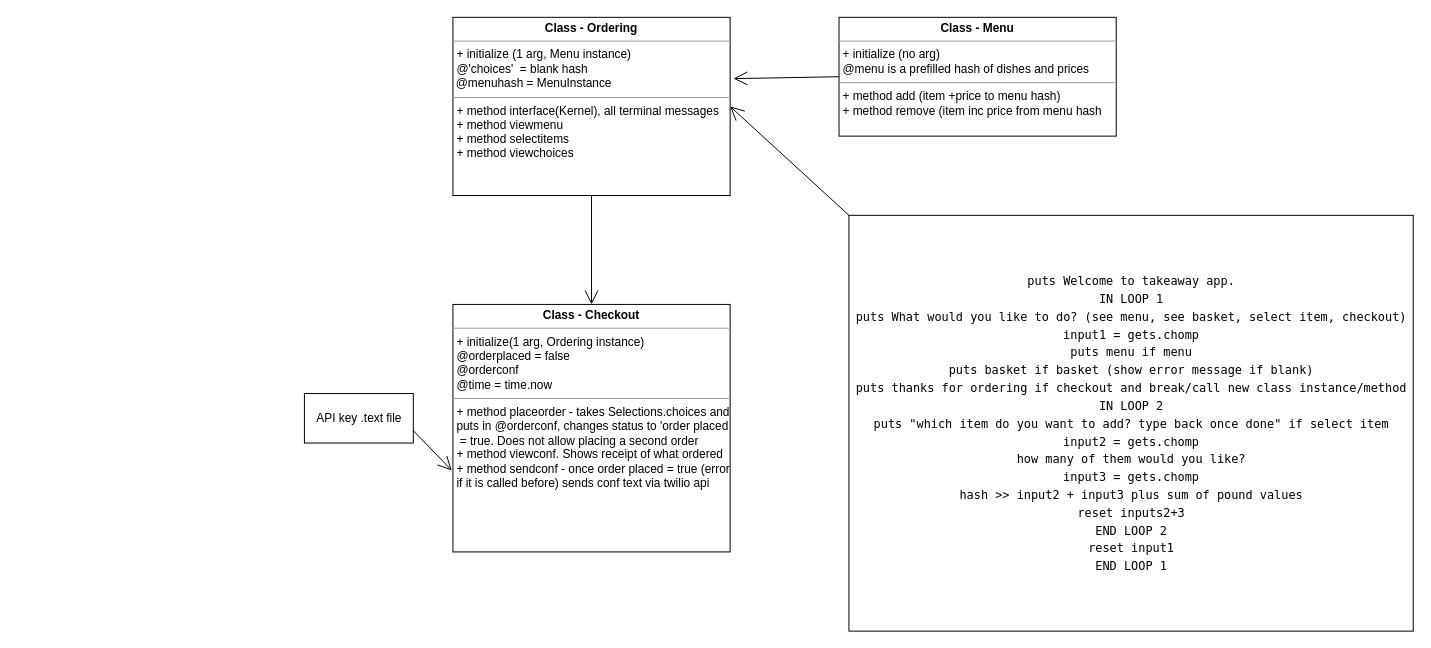
The draw.io diagram SoloMenu/SoloProject1.drawio in robin277t/week2, before the edit. Source tidied: cells renumbered, new cells numbered last; positions are measured from the earlier drawing's top-left corner, leaving out a move shared by most shapes. Both pictures are drawn from the tidied source at 99%, with x=0, y=0 at pixel (304, 17).
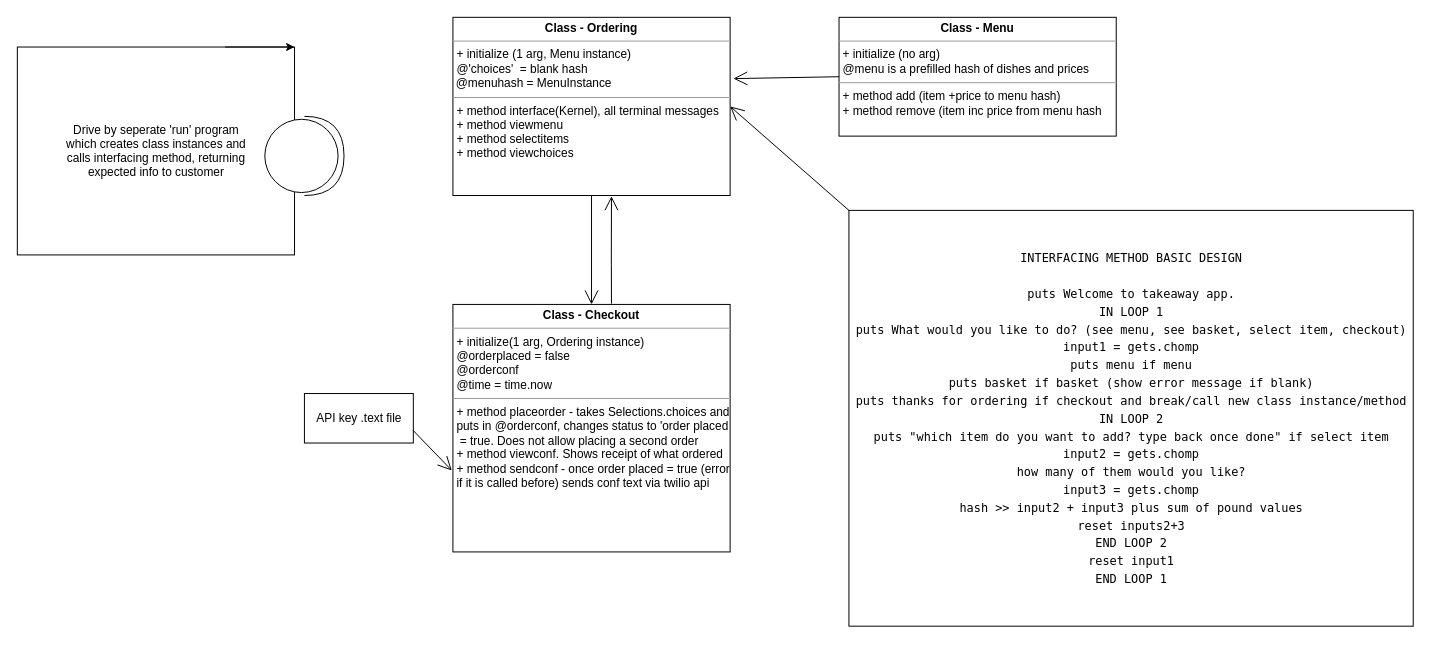
After the change.

Commit message (it also covers changes not shown here):
nearly finished takeaway project

Diff of the diagram source:
```diff
@@
 <mxGraphModel>
   <root>
     <mxCell id="0" />
     <mxCell id="1" parent="0" />
     <mxCell id="2" value="&lt;p style=&quot;margin: 0px ; margin-top: 4px ; text-align: center&quot;&gt;&lt;b&gt;Class - Menu&lt;/b&gt;&lt;/p&gt;&lt;hr size=&quot;1&quot;&gt;&lt;p style=&quot;margin: 0px ; margin-left: 4px&quot;&gt;+ initialize (no arg)&lt;/p&gt;&lt;p style=&quot;margin: 0px ; margin-left: 4px&quot;&gt;@menu is a prefilled hash of dishes and prices&lt;/p&gt;&lt;hr size=&quot;1&quot;&gt;&lt;p style=&quot;margin: 0px ; margin-left: 4px&quot;&gt;+ method add (item +price to menu hash)&lt;/p&gt;&lt;p style=&quot;margin: 0px ; margin-left: 4px&quot;&gt;+ method remove (item inc price from menu hash&lt;/p&gt;" style="verticalAlign=top;align=left;overflow=fill;fontSize=12;fontFamily=Helvetica;html=1;" parent="1" vertex="1">
       <mxGeometry x="540" width="280" height="120" as="geometry" />
     </mxCell>
     <mxCell id="3" value="&lt;p style=&quot;margin: 0px ; margin-top: 4px ; text-align: center&quot;&gt;&lt;b&gt;Class - Checkout&lt;/b&gt;&lt;/p&gt;&lt;hr size=&quot;1&quot;&gt;&lt;p style=&quot;margin: 0px ; margin-left: 4px&quot;&gt;+ initialize(1 arg, Ordering instance)&lt;/p&gt;&lt;p style=&quot;margin: 0px ; margin-left: 4px&quot;&gt;@orderplaced = false&lt;/p&gt;&lt;p style=&quot;margin: 0px ; margin-left: 4px&quot;&gt;@orderconf&lt;/p&gt;&lt;p style=&quot;margin: 0px ; margin-left: 4px&quot;&gt;@time = time.now&lt;/p&gt;&lt;hr size=&quot;1&quot;&gt;&lt;p style=&quot;margin: 0px ; margin-left: 4px&quot;&gt;+ method placeorder - takes Selections.choices and&amp;nbsp;&lt;/p&gt;&lt;p style=&quot;margin: 0px ; margin-left: 4px&quot;&gt;puts in @orderconf, changes status to 'order placed&lt;/p&gt;&lt;p style=&quot;margin: 0px ; margin-left: 4px&quot;&gt;&amp;nbsp;= true. Does not&amp;nbsp;&lt;span&gt;allow placing a second order&lt;/span&gt;&lt;/p&gt;&lt;p style=&quot;margin: 0px ; margin-left: 4px&quot;&gt;+ method viewconf. Shows receipt of what ordered&lt;/p&gt;&lt;p style=&quot;margin: 0px ; margin-left: 4px&quot;&gt;&lt;span&gt;+ method sendconf - once order placed = true (error&lt;/span&gt;&lt;br&gt;&lt;/p&gt;&lt;p style=&quot;margin: 0px ; margin-left: 4px&quot;&gt;if it is called before) sends conf text via twilio api&lt;/p&gt;&lt;p style=&quot;margin: 0px ; margin-left: 4px&quot;&gt;&lt;br&gt;&lt;/p&gt;" style="verticalAlign=top;align=left;overflow=fill;fontSize=12;fontFamily=Helvetica;html=1;" parent="1" vertex="1">
       <mxGeometry x="150" y="290" width="280" height="250" as="geometry" />
     </mxCell>
     <mxCell id="4" value="&lt;p style=&quot;margin: 0px ; margin-top: 4px ; text-align: center&quot;&gt;&lt;b&gt;Class - Ordering&lt;/b&gt;&lt;/p&gt;&lt;hr size=&quot;1&quot;&gt;&lt;p style=&quot;margin: 0px ; margin-left: 4px&quot;&gt;+ initialize (1 arg, Menu instance)&lt;/p&gt;&lt;p style=&quot;margin: 0px ; margin-left: 4px&quot;&gt;@'choices'&amp;nbsp; = blank hash&lt;/p&gt;&amp;nbsp;&lt;span&gt;@menuhash = MenuInstance&lt;/span&gt;&lt;br&gt;&lt;hr size=&quot;1&quot;&gt;&lt;p style=&quot;margin: 0px ; margin-left: 4px&quot;&gt;+ method interface(Kernel), all terminal messages&lt;/p&gt;&lt;p style=&quot;margin: 0px ; margin-left: 4px&quot;&gt;+ method viewmenu&lt;/p&gt;&lt;p style=&quot;margin: 0px ; margin-left: 4px&quot;&gt;+ method selectitems&lt;/p&gt;&lt;p style=&quot;margin: 0px ; margin-left: 4px&quot;&gt;+ method viewchoices&lt;/p&gt;" style="verticalAlign=top;align=left;overflow=fill;fontSize=12;fontFamily=Helvetica;html=1;" parent="1" vertex="1">
       <mxGeometry x="150" width="280" height="180" as="geometry" />
     </mxCell>
     <mxCell id="5" style="endArrow=open;endFill=1;endSize=12;html=1;rounded=0;entryX=1.012;entryY=0.344;entryDx=0;entryDy=0;exitX=0;exitY=0.5;exitDx=0;exitDy=0;entryPerimeter=0;" parent="1" edge="1" source="2" target="4">
       <mxGeometry relative="1" as="geometry" />
     </mxCell>
     <mxCell id="6" style="endArrow=open;endFill=1;endSize=12;html=1;rounded=0;exitX=0.5;exitY=1;exitDx=0;exitDy=0;entryX=0.5;entryY=0;entryDx=0;entryDy=0;" parent="1" edge="1" source="4" target="3">
       <mxGeometry relative="1" as="geometry" />
     </mxCell>
     <mxCell id="7" value="API key .text file" style="html=1;" parent="1" vertex="1">
       <mxGeometry y="380" width="110" height="50" as="geometry" />
     </mxCell>
-    <mxCell id="8" value="&lt;div style=&quot;background-color: rgb(255 , 255 , 255) ; font-family: &amp;#34;menlo&amp;#34; , &amp;#34;monaco&amp;#34; , &amp;#34;courier new&amp;#34; , monospace ; line-height: 18px&quot;&gt;&lt;div&gt;puts Welcome to takeaway app. &lt;/div&gt;&lt;div&gt;    IN LOOP 1&lt;/div&gt;&lt;div&gt;    puts What would you like to do? (see menu, see basket, select item, checkout)&lt;/div&gt;&lt;div&gt;    input1 = gets.chomp&lt;/div&gt;&lt;div&gt;    puts menu if menu&lt;/div&gt;&lt;div&gt;    puts basket if basket (show error message if blank)&lt;/div&gt;&lt;div&gt;    puts thanks for ordering if checkout and break/call new class instance/method&lt;/div&gt;&lt;div&gt;    &lt;/div&gt;&lt;div&gt;    IN LOOP 2&lt;/div&gt;&lt;div&gt;    puts &quot;which item do you want to add? type back once done&quot; if select item&lt;/div&gt;&lt;div&gt;    input2 = gets.chomp&lt;/div&gt;&lt;div&gt;    how many of them would you like?&lt;/div&gt;&lt;div&gt;    input3 = gets.chomp&lt;/div&gt;&lt;div&gt;       hash &amp;gt;&amp;gt; input2 + input3 plus sum of pound values&lt;/div&gt;&lt;div&gt;reset inputs2+3&lt;/div&gt;&lt;div&gt;    END LOOP 2&lt;/div&gt;reset input1&lt;br&gt;&lt;div&gt;    END LOOP 1&lt;/div&gt;&lt;/div&gt;" style="html=1;" parent="1" vertex="1">
-      <mxGeometry x="550" y="200" width="570" height="420" as="geometry" />
+    <mxCell id="8" value="&lt;div style=&quot;background-color: rgb(255 , 255 , 255) ; font-family: &amp;#34;menlo&amp;#34; , &amp;#34;monaco&amp;#34; , &amp;#34;courier new&amp;#34; , monospace ; line-height: 18px&quot;&gt;&lt;div&gt;INTERFACING METHOD BASIC DESIGN&lt;/div&gt;&lt;div&gt;&lt;br&gt;&lt;/div&gt;&lt;div&gt;puts Welcome to takeaway app. &lt;/div&gt;&lt;div&gt;    IN LOOP 1&lt;/div&gt;&lt;div&gt;    puts What would you like to do? (see menu, see basket, select item, checkout)&lt;/div&gt;&lt;div&gt;    input1 = gets.chomp&lt;/div&gt;&lt;div&gt;    puts menu if menu&lt;/div&gt;&lt;div&gt;    puts basket if basket (show error message if blank)&lt;/div&gt;&lt;div&gt;    puts thanks for ordering if checkout and break/call new class instance/method&lt;/div&gt;&lt;div&gt;    &lt;/div&gt;&lt;div&gt;    IN LOOP 2&lt;/div&gt;&lt;div&gt;    puts &quot;which item do you want to add? type back once done&quot; if select item&lt;/div&gt;&lt;div&gt;    input2 = gets.chomp&lt;/div&gt;&lt;div&gt;    how many of them would you like?&lt;/div&gt;&lt;div&gt;    input3 = gets.chomp&lt;/div&gt;&lt;div&gt;       hash &amp;gt;&amp;gt; input2 + input3 plus sum of pound values&lt;/div&gt;&lt;div&gt;reset inputs2+3&lt;/div&gt;&lt;div&gt;    END LOOP 2&lt;/div&gt;reset input1&lt;br&gt;&lt;div&gt;    END LOOP 1&lt;/div&gt;&lt;/div&gt;" style="html=1;" parent="1" vertex="1">
+      <mxGeometry x="550" y="195" width="570" height="420" as="geometry" />
     </mxCell>
     <mxCell id="9" style="endArrow=open;endFill=1;endSize=12;html=1;entryX=-0.004;entryY=0.671;entryDx=0;entryDy=0;entryPerimeter=0;exitX=1;exitY=0.75;exitDx=0;exitDy=0;" parent="1" edge="1" source="7" target="3">
       <mxGeometry relative="1" as="geometry" />
     </mxCell>
     <mxCell id="10" style="endArrow=open;endFill=1;endSize=12;html=1;exitX=0;exitY=0;exitDx=0;exitDy=0;entryX=1;entryY=0.5;entryDx=0;entryDy=0;" parent="1" edge="1" source="8" target="4">
       <mxGeometry relative="1" as="geometry" />
     </mxCell>
+    <mxCell id="11" value="Drive by seperate 'run' program&lt;br&gt;which creates class instances and&lt;br&gt;calls interfacing method, returning&lt;br&gt;expected info to customer" style="html=1;" parent="1" vertex="1">
+      <mxGeometry x="-290" y="30" width="280" height="210" as="geometry" />
+    </mxCell>
+    <mxCell id="12" style="endArrow=open;endFill=1;endSize=12;html=1;exitX=0.572;exitY=-0.003;exitDx=0;exitDy=0;exitPerimeter=0;entryX=0.572;entryY=1.004;entryDx=0;entryDy=0;entryPerimeter=0;" parent="1" edge="1" source="3" target="4">
+      <mxGeometry relative="1" as="geometry">
+        <Array as="points">
+          <mxPoint x="310" y="240" />
+        </Array>
+      </mxGeometry>
+    </mxCell>
+    <mxCell id="13" style="shape=providedRequiredInterface;html=1;verticalLabelPosition=bottom;sketch=0;" parent="1" vertex="1">
+      <mxGeometry x="-40" y="100" width="80" height="80" as="geometry" />
+    </mxCell>
+    <mxCell id="14" style="edgeStyle=none;html=1;exitX=0.75;exitY=0;exitDx=0;exitDy=0;entryX=1;entryY=0;entryDx=0;entryDy=0;" parent="1" edge="1" source="11" target="11">
+      <mxGeometry relative="1" as="geometry" />
+    </mxCell>
   </root>
 </mxGraphModel>
```
